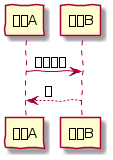
The PlantUML diagram images/plantuml_test_chinese.png in eggcaker/eggcaker.github.io, before a commit. Source of this version:
```plantuml
@startuml
skinparamlocked handwritten true
用户A -> 用户B: 你好吗？
用户B -->用户A: 好
@enduml
```
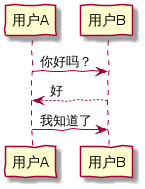
Later version of the same file.

The edit, as a diff of the source:
```diff
@@ -2,4 +2,5 @@
 skinparamlocked handwritten true
 用户A -> 用户B: 你好吗？
 用户B -->用户A: 好
+用户A ->用户B: 我知道了
 @enduml
```
